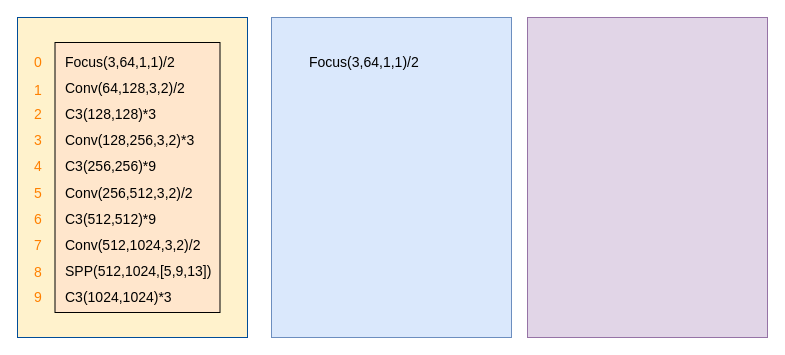
duoduodanmohen/deep-learning-for-image-processing keeps this draw.io diagram as 未命名绘图.drawio. Above is the earlier version. Source tidied: cells renumbered, new cells numbered last; positions are measured from the earlier drawing's top-left corner, leaving out a move shared by most shapes. Both pictures are drawn from the tidied source at 100%, with x=0, y=0 at pixel (17, 17).
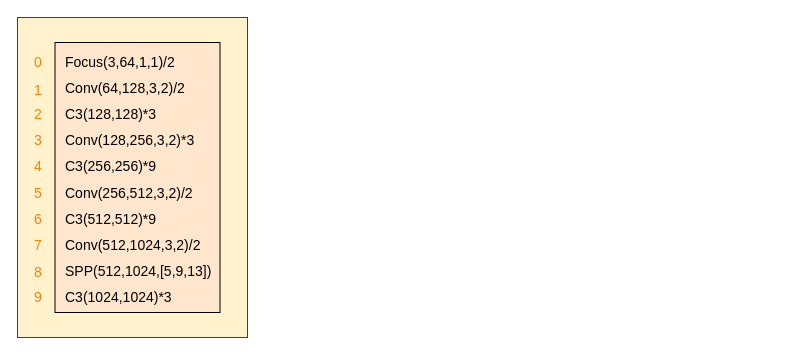
The same diagram, later.

Commit message:
YOLOv5网络结构

Diff of the diagram source:
```diff
@@
-    <mxCell id="3" style="whiteSpace=wrap;html=1;strokeColor=#6c8ebf;fillColor=#dae8fc;align=left;" parent="1" vertex="1">
-      <mxGeometry x="254" width="240" height="320" as="geometry" />
-    </mxCell>
-    <mxCell id="4" style="whiteSpace=wrap;html=1;strokeColor=#9673a6;fillColor=#e1d5e7;" parent="1" vertex="1">
-      <mxGeometry x="510" width="240" height="320" as="geometry" />
-    </mxCell>
@@
-    <mxCell id="16" value="&lt;font style=&quot;font-size: 14px&quot;&gt;Focus(3,64,1,1)/2&lt;/font&gt;" style="text;html=1;strokeColor=none;fillColor=none;align=left;verticalAlign=middle;whiteSpace=wrap;rounded=0;" parent="1" vertex="1">
-      <mxGeometry x="290" y="30" width="60" height="30" as="geometry" />
-    </mxCell>
```
